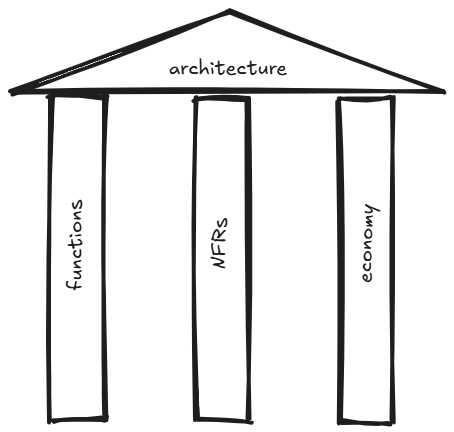
Before: arch/img/pillars-of-architecture.excalidraw.png, a diagram exported from Excalidraw (maciejmalecki/maciejmalecki.github.io). Source tidied: one line per element, renumbered; positions are measured from the earlier drawing's top-left corner, leaving out a move shared by most shapes. The source it was exported from:
```json
{"id": 0, "type": "rectangle", "strokeColor": "#1e1e1e", "strokeWidth": 4, "roughness": 2, "x": 40, "y": 83, "width": 56, "height": 325}
{"id": 1, "type": "rectangle", "strokeColor": "#1e1e1e", "strokeWidth": 4, "roughness": 2, "x": 185, "y": 86, "width": 53, "height": 323}
{"id": 2, "type": "rectangle", "strokeColor": "#1e1e1e", "strokeWidth": 4, "roughness": 2, "x": 329, "y": 87, "width": 52, "height": 324}
{"id": 3, "type": "line", "strokeColor": "#1e1e1e", "strokeWidth": 4, "roughness": 2, "x": 1, "y": 79, "width": 430, "height": 2, "points": [[0, 0], [430, 2]]}
{"id": 4, "type": "line", "strokeColor": "#1e1e1e", "strokeWidth": 4, "roughness": 2, "x": 0, "y": 81, "width": 217, "height": 81, "points": [[0, 0], [217, -81]]}
{"id": 5, "type": "line", "strokeColor": "#1e1e1e", "strokeWidth": 4, "roughness": 2, "x": 432, "y": 81, "width": 213, "height": 81, "points": [[0, 0], [-213, -81]]}
{"id": 6, "type": "text", "text": "architecture", "strokeColor": "#1e1e1e", "strokeWidth": 4, "roughness": 2, "fontSize": 20, "fontFamily": 5, "x": 158, "y": 45, "width": 119, "height": 25}
{"id": 7, "type": "text", "text": "functions", "strokeColor": "#1e1e1e", "angle": 4.71, "strokeWidth": 4, "roughness": 2, "fontSize": 20, "fontFamily": 5, "x": 20, "y": 221, "width": 91, "height": 25}
{"id": 8, "type": "text", "text": "NFRs", "strokeColor": "#1e1e1e", "angle": 4.75, "strokeWidth": 4, "roughness": 2, "fontSize": 20, "fontFamily": 5, "x": 184, "y": 219, "width": 51, "height": 25}
{"id": 9, "type": "text", "text": "economy", "strokeColor": "#1e1e1e", "angle": 4.75, "strokeWidth": 4, "roughness": 2, "fontSize": 20, "fontFamily": 5, "x": 316, "y": 219, "width": 79, "height": 25}
```
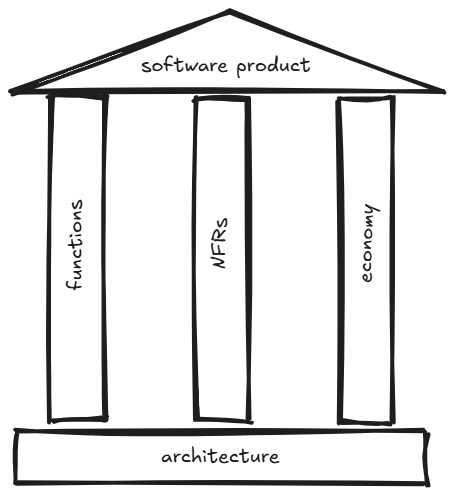
After the change.

Commit message:
fix: improve clarity and consistency in significance of architecture post

Diff of the diagram source:
```diff
@@ -4,7 +4,9 @@
 {"id": 3, "type": "line", "strokeColor": "#1e1e1e", "strokeWidth": 4, "roughness": 2, "x": 1, "y": 79, "width": 430, "height": 2, "points": [[0, 0], [430, 2]]}
 {"id": 4, "type": "line", "strokeColor": "#1e1e1e", "strokeWidth": 4, "roughness": 2, "x": 0, "y": 81, "width": 217, "height": 81, "points": [[0, 0], [217, -81]]}
 {"id": 5, "type": "line", "strokeColor": "#1e1e1e", "strokeWidth": 4, "roughness": 2, "x": 432, "y": 81, "width": 213, "height": 81, "points": [[0, 0], [-213, -81]]}
-{"id": 6, "type": "text", "text": "architecture", "strokeColor": "#1e1e1e", "strokeWidth": 4, "roughness": 2, "fontSize": 20, "fontFamily": 5, "x": 158, "y": 45, "width": 119, "height": 25}
+{"id": 6, "type": "text", "text": "software product", "strokeColor": "#1e1e1e", "strokeWidth": 4, "roughness": 2, "fontSize": 20, "fontFamily": 5, "x": 130, "y": 42, "width": 170, "height": 25}
 {"id": 7, "type": "text", "text": "functions", "strokeColor": "#1e1e1e", "angle": 4.71, "strokeWidth": 4, "roughness": 2, "fontSize": 20, "fontFamily": 5, "x": 20, "y": 221, "width": 91, "height": 25}
 {"id": 8, "type": "text", "text": "NFRs", "strokeColor": "#1e1e1e", "angle": 4.75, "strokeWidth": 4, "roughness": 2, "fontSize": 20, "fontFamily": 5, "x": 184, "y": 219, "width": 51, "height": 25}
 {"id": 9, "type": "text", "text": "economy", "strokeColor": "#1e1e1e", "angle": 4.75, "strokeWidth": 4, "roughness": 2, "fontSize": 20, "fontFamily": 5, "x": 316, "y": 219, "width": 79, "height": 25}
+{"id": 10, "type": "rectangle", "strokeColor": "#1e1e1e", "strokeWidth": 4, "roughness": 2, "x": 5, "y": 419, "width": 410, "height": 53}
+{"id": 11, "type": "text", "text": "architecture", "strokeColor": "#1e1e1e", "strokeWidth": 4, "roughness": 2, "fontSize": 20, "fontFamily": 5, "textAlign": "center", "verticalAlign": "middle", "inside": 10, "x": 150, "y": 433, "width": 119, "height": 25}
```
